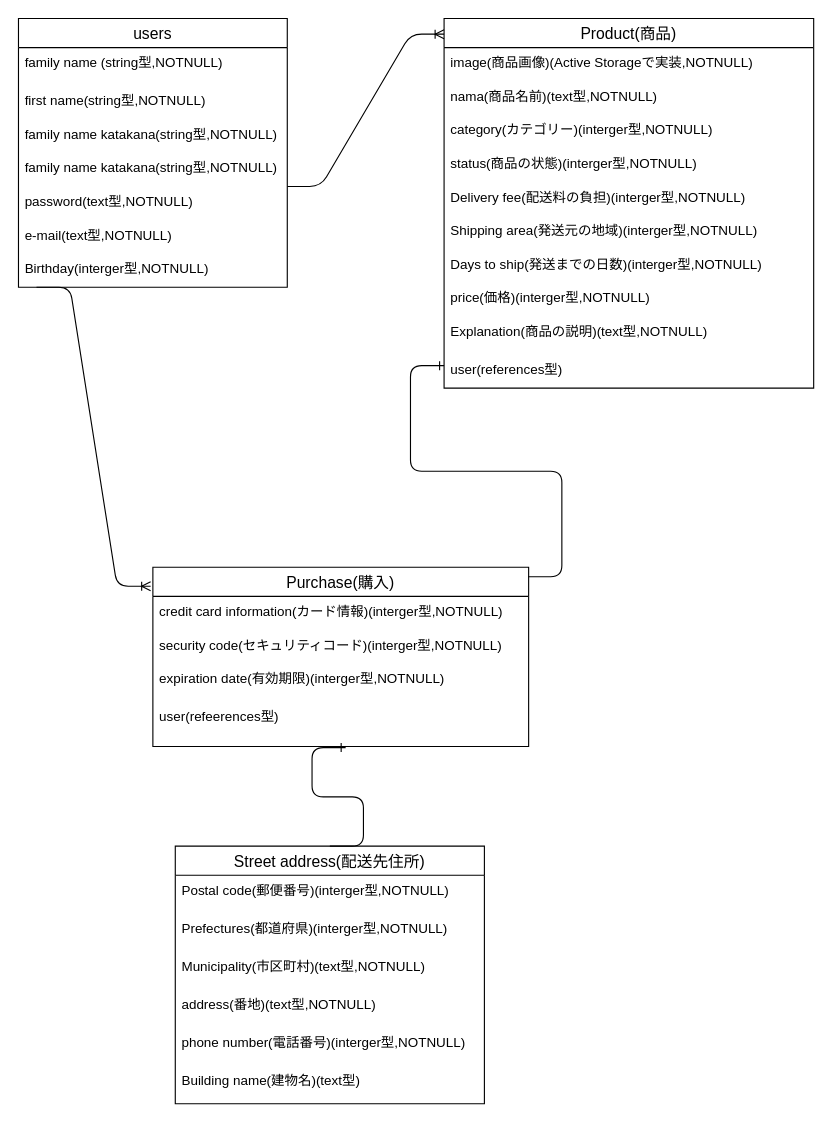
rikudomoto/furima-31703 keeps this draw.io diagram as frima.dio. Above is the earlier version. Source tidied: cells renumbered, new cells numbered last; positions are measured from the earlier drawing's top-left corner, leaving out a move shared by most shapes. Both pictures are drawn from the tidied source at 112%, with x=0, y=0 at pixel (18, 18).
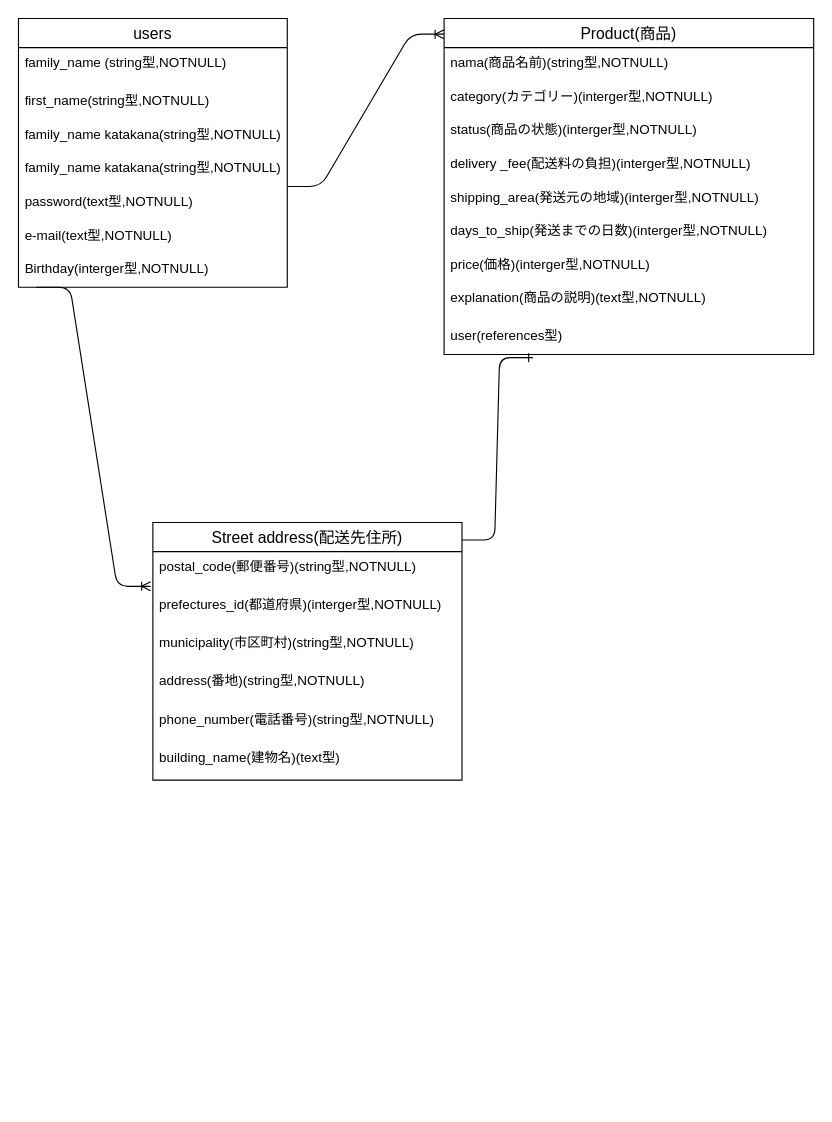
The same diagram, later.

Commit message (it also covers changes not shown here):
ER図,README記述修正

Unchanged cells that the change refers to:
```xml
<mxCell id="2" value="users" style="swimlane;fontStyle=0;horizontal=1;startSize=26;align=center;fontSize=14;" parent="1" vertex="1">
  <mxGeometry width="240" height="240" as="geometry" />
</mxCell>
<mxCell id="10" value="&#10;&#10;&#10;" style="text;strokeColor=none;fillColor=none;spacingLeft=4;spacingRight=4;overflow=hidden;points=[[0,0.5],[1,0.5]];portConstraint=eastwest;fontSize=12;" parent="2" vertex="1">
  <mxGeometry y="240" width="240" as="geometry" />
</mxCell>
```

What changed in the source:
```diff
@@
-    <mxCell id="3" value="family name (string型,NOTNULL)" style="text;strokeColor=none;fillColor=none;spacingLeft=4;spacingRight=4;overflow=hidden;fontSize=12;" parent="2" vertex="1">
+    <mxCell id="3" value="family_name (string型,NOTNULL)" style="text;strokeColor=none;fillColor=none;spacingLeft=4;spacingRight=4;overflow=hidden;fontSize=12;" parent="2" vertex="1">
       <mxGeometry y="26" width="240" height="34" as="geometry" />
     </mxCell>
-    <mxCell id="4" value="first name(string型,NOTNULL)" style="text;strokeColor=none;fillColor=none;spacingLeft=4;spacingRight=4;overflow=hidden;fontSize=12;" parent="2" vertex="1">
+    <mxCell id="4" value="first_name(string型,NOTNULL)" style="text;strokeColor=none;fillColor=none;spacingLeft=4;spacingRight=4;overflow=hidden;fontSize=12;" parent="2" vertex="1">
       <mxGeometry y="60" width="240" height="30" as="geometry" />
     </mxCell>
-    <mxCell id="5" value="family name katakana(string型,NOTNULL)" style="text;strokeColor=none;fillColor=none;spacingLeft=4;spacingRight=4;overflow=hidden;fontSize=12;" parent="2" vertex="1">
+    <mxCell id="5" value="family_name katakana(string型,NOTNULL)" style="text;strokeColor=none;fillColor=none;spacingLeft=4;spacingRight=4;overflow=hidden;fontSize=12;" parent="2" vertex="1">
       <mxGeometry y="90" width="240" height="30" as="geometry" />
     </mxCell>
-    <mxCell id="6" value="family name katakana(string型,NOTNULL)" style="text;strokeColor=none;fillColor=none;spacingLeft=4;spacingRight=4;overflow=hidden;fontSize=12;" parent="2" vertex="1">
+    <mxCell id="6" value="family_name katakana(string型,NOTNULL)" style="text;strokeColor=none;fillColor=none;spacingLeft=4;spacingRight=4;overflow=hidden;fontSize=12;" parent="2" vertex="1">
       <mxGeometry y="120" width="240" height="30" as="geometry" />
     </mxCell>
@@
     <mxCell id="11" value="Product(商品)" style="swimlane;fontStyle=0;horizontal=1;startSize=26;align=center;fontSize=14;" parent="1" vertex="1">
-      <mxGeometry x="380" width="330" height="330" as="geometry" />
+      <mxGeometry x="380" width="330" height="300" as="geometry" />
     </mxCell>
-    <mxCell id="12" value="image(商品画像)(Active Storageで実装,NOTNULL)" style="text;strokeColor=none;fillColor=none;spacingLeft=4;spacingRight=4;overflow=hidden;fontSize=12;" parent="11" vertex="1">
-      <mxGeometry y="26" width="330" height="30" as="geometry" />
-    </mxCell>
-    <mxCell id="13" value="nama(商品名前)(text型,NOTNULL)" style="text;strokeColor=none;fillColor=none;spacingLeft=4;spacingRight=4;overflow=hidden;fontSize=12;" parent="11" vertex="1">
-      <mxGeometry y="56" width="330" height="30" as="geometry" />
+    <mxCell id="13" value="nama(商品名前)(string型,NOTNULL)" style="text;strokeColor=none;fillColor=none;spacingLeft=4;spacingRight=4;overflow=hidden;fontSize=12;" parent="11" vertex="1">
+      <mxGeometry y="26" width="330" height="30" as="geometry" />
     </mxCell>
     <mxCell id="14" value="category(カテゴリー)(interger型,NOTNULL)" style="text;strokeColor=none;fillColor=none;spacingLeft=4;spacingRight=4;overflow=hidden;fontSize=12;" parent="11" vertex="1">
-      <mxGeometry y="86" width="330" height="30" as="geometry" />
+      <mxGeometry y="56" width="330" height="30" as="geometry" />
     </mxCell>
     <mxCell id="15" value="status(商品の状態)(interger型,NOTNULL)" style="text;strokeColor=none;fillColor=none;spacingLeft=4;spacingRight=4;overflow=hidden;fontSize=12;" parent="11" vertex="1">
-      <mxGeometry y="116" width="330" height="30" as="geometry" />
+      <mxGeometry y="86" width="330" height="30" as="geometry" />
     </mxCell>
-    <mxCell id="16" value="Delivery fee(配送料の負担)(interger型,NOTNULL)" style="text;strokeColor=none;fillColor=none;spacingLeft=4;spacingRight=4;overflow=hidden;fontSize=12;" parent="11" vertex="1">
-      <mxGeometry y="146" width="330" height="30" as="geometry" />
+    <mxCell id="16" value="delivery _fee(配送料の負担)(interger型,NOTNULL)" style="text;strokeColor=none;fillColor=none;spacingLeft=4;spacingRight=4;overflow=hidden;fontSize=12;" parent="11" vertex="1">
+      <mxGeometry y="116" width="330" height="30" as="geometry" />
     </mxCell>
-    <mxCell id="17" value="Shipping area(発送元の地域)(interger型,NOTNULL)" style="text;strokeColor=none;fillColor=none;spacingLeft=4;spacingRight=4;overflow=hidden;fontSize=12;" parent="11" vertex="1">
-      <mxGeometry y="176" width="330" height="30" as="geometry" />
+    <mxCell id="17" value="shipping_area(発送元の地域)(interger型,NOTNULL)" style="text;strokeColor=none;fillColor=none;spacingLeft=4;spacingRight=4;overflow=hidden;fontSize=12;" parent="11" vertex="1">
+      <mxGeometry y="146" width="330" height="30" as="geometry" />
     </mxCell>
-    <mxCell id="18" value="Days to ship(発送までの日数)(interger型,NOTNULL)" style="text;strokeColor=none;fillColor=none;spacingLeft=4;spacingRight=4;overflow=hidden;fontSize=12;" parent="11" vertex="1">
-      <mxGeometry y="206" width="330" height="30" as="geometry" />
+    <mxCell id="18" value="days_to_ship(発送までの日数)(interger型,NOTNULL)" style="text;strokeColor=none;fillColor=none;spacingLeft=4;spacingRight=4;overflow=hidden;fontSize=12;" parent="11" vertex="1">
+      <mxGeometry y="176" width="330" height="30" as="geometry" />
     </mxCell>
     <mxCell id="19" value="price(価格)(interger型,NOTNULL)" style="text;strokeColor=none;fillColor=none;spacingLeft=4;spacingRight=4;overflow=hidden;fontSize=12;" parent="11" vertex="1">
-      <mxGeometry y="236" width="330" height="30" as="geometry" />
+      <mxGeometry y="206" width="330" height="30" as="geometry" />
     </mxCell>
-    <mxCell id="20" value="Explanation(商品の説明)(text型,NOTNULL)" style="text;strokeColor=none;fillColor=none;spacingLeft=4;spacingRight=4;overflow=hidden;fontSize=12;" parent="11" vertex="1">
-      <mxGeometry y="266" width="330" height="34" as="geometry" />
+    <mxCell id="20" value="explanation(商品の説明)(text型,NOTNULL)" style="text;strokeColor=none;fillColor=none;spacingLeft=4;spacingRight=4;overflow=hidden;fontSize=12;" parent="11" vertex="1">
+      <mxGeometry y="236" width="330" height="34" as="geometry" />
     </mxCell>
     <mxCell id="21" value="user(references型)" style="text;strokeColor=none;fillColor=none;spacingLeft=4;spacingRight=4;overflow=hidden;points=[[0,0.5],[1,0.5]];portConstraint=eastwest;fontSize=12;" parent="11" vertex="1">
-      <mxGeometry y="300" width="330" height="30" as="geometry" />
+      <mxGeometry y="270" width="330" height="30" as="geometry" />
     </mxCell>
@@
+    <mxCell id="35" style="edgeStyle=entityRelationEdgeStyle;fontSize=12;html=1;endArrow=ERoneToMany;entryX=-0.006;entryY=0.106;entryDx=0;entryDy=0;entryPerimeter=0;exitX=0.067;exitY=0;exitDx=0;exitDy=0;exitPerimeter=0;" parent="1" edge="1" source="10">
+      <mxGeometry relative="1" as="geometry">
+        <mxPoint x="118" y="507" as="targetPoint" />
+      </mxGeometry>
+    </mxCell>
+    <mxCell id="37" style="edgeStyle=entityRelationEdgeStyle;fontSize=12;html=1;endArrow=ERone;endFill=1;exitX=0.997;exitY=0.068;exitDx=0;exitDy=0;exitPerimeter=0;entryX=0.241;entryY=1.095;entryDx=0;entryDy=0;entryPerimeter=0;" parent="1" edge="1" source="23" target="21">
+      <mxGeometry relative="1" as="geometry" />
+    </mxCell>
     <mxCell id="23" value="Street address(配送先住所)" style="swimlane;fontStyle=0;horizontal=1;startSize=26;align=center;fontSize=14;" parent="1" vertex="1">
-      <mxGeometry x="140" y="739" width="276" height="230" as="geometry" />
+      <mxGeometry x="120" y="450" width="276" height="230" as="geometry" />
     </mxCell>
-    <mxCell id="24" value="Postal code(郵便番号)(interger型,NOTNULL)" style="text;strokeColor=none;fillColor=none;spacingLeft=4;spacingRight=4;overflow=hidden;fontSize=12;" parent="23" vertex="1">
+    <mxCell id="24" value="postal_code(郵便番号)(string型,NOTNULL)" style="text;strokeColor=none;fillColor=none;spacingLeft=4;spacingRight=4;overflow=hidden;fontSize=12;" parent="23" vertex="1">
       <mxGeometry y="26" width="276" height="34" as="geometry" />
     </mxCell>
-    <mxCell id="25" value="Prefectures(都道府県)(interger型,NOTNULL)" style="text;strokeColor=none;fillColor=none;spacingLeft=4;spacingRight=4;overflow=hidden;fontSize=12;" parent="23" vertex="1">
+    <mxCell id="25" value="prefectures_id(都道府県)(interger型,NOTNULL)" style="text;strokeColor=none;fillColor=none;spacingLeft=4;spacingRight=4;overflow=hidden;fontSize=12;" parent="23" vertex="1">
       <mxGeometry y="60" width="276" height="34" as="geometry" />
     </mxCell>
-    <mxCell id="26" value="Municipality(市区町村)(text型,NOTNULL)" style="text;strokeColor=none;fillColor=none;spacingLeft=4;spacingRight=4;overflow=hidden;fontSize=12;" parent="23" vertex="1">
+    <mxCell id="26" value="municipality(市区町村)(string型,NOTNULL)" style="text;strokeColor=none;fillColor=none;spacingLeft=4;spacingRight=4;overflow=hidden;fontSize=12;" parent="23" vertex="1">
       <mxGeometry y="94" width="276" height="34" as="geometry" />
     </mxCell>
-    <mxCell id="27" value="address(番地)(text型,NOTNULL)" style="text;strokeColor=none;fillColor=none;spacingLeft=4;spacingRight=4;overflow=hidden;fontSize=12;" parent="23" vertex="1">
+    <mxCell id="27" value="address(番地)(string型,NOTNULL)" style="text;strokeColor=none;fillColor=none;spacingLeft=4;spacingRight=4;overflow=hidden;fontSize=12;" parent="23" vertex="1">
       <mxGeometry y="128" width="276" height="34" as="geometry" />
     </mxCell>
-    <mxCell id="28" value="phone number(電話番号)(interger型,NOTNULL)" style="text;strokeColor=none;fillColor=none;spacingLeft=4;spacingRight=4;overflow=hidden;fontSize=12;" parent="23" vertex="1">
+    <mxCell id="28" value="phone_number(電話番号)(string型,NOTNULL)" style="text;strokeColor=none;fillColor=none;spacingLeft=4;spacingRight=4;overflow=hidden;fontSize=12;" parent="23" vertex="1">
       <mxGeometry y="162" width="276" height="34" as="geometry" />
     </mxCell>
-    <mxCell id="29" value="Building name(建物名)(text型)" style="text;strokeColor=none;fillColor=none;spacingLeft=4;spacingRight=4;overflow=hidden;fontSize=12;" parent="23" vertex="1">
+    <mxCell id="29" value="building_name(建物名)(text型)" style="text;strokeColor=none;fillColor=none;spacingLeft=4;spacingRight=4;overflow=hidden;fontSize=12;" parent="23" vertex="1">
       <mxGeometry y="196" width="276" height="34" as="geometry" />
     </mxCell>
-    <mxCell id="30" value="Purchase(購入)" style="swimlane;fontStyle=0;horizontal=1;startSize=26;align=center;fontSize=14;" parent="1" vertex="1">
-      <mxGeometry x="120" y="490" width="335.5" height="160" as="geometry" />
-    </mxCell>
-    <mxCell id="31" value="credit card information(カード情報)(interger型,NOTNULL)" style="text;strokeColor=none;fillColor=none;spacingLeft=4;spacingRight=4;overflow=hidden;fontSize=12;" parent="30" vertex="1">
-      <mxGeometry y="26" width="335.5" height="30" as="geometry" />
-    </mxCell>
-    <mxCell id="32" value="security code(セキュリティコード)(interger型,NOTNULL)" style="text;strokeColor=none;fillColor=none;spacingLeft=4;spacingRight=4;overflow=hidden;fontSize=12;" parent="30" vertex="1">
-      <mxGeometry y="56" width="335.5" height="30" as="geometry" />
-    </mxCell>
-    <mxCell id="33" value="expiration date(有効期限)(interger型,NOTNULL)" style="text;strokeColor=none;fillColor=none;spacingLeft=4;spacingRight=4;overflow=hidden;fontSize=12;" parent="30" vertex="1">
-      <mxGeometry y="86" width="335.5" height="34" as="geometry" />
-    </mxCell>
-    <mxCell id="34" value="user(refeerences型)" style="text;strokeColor=none;fillColor=none;spacingLeft=4;spacingRight=4;overflow=hidden;points=[[0,0.5],[1,0.5]];portConstraint=eastwest;fontSize=12;" parent="30" vertex="1">
-      <mxGeometry y="120" width="335.5" height="40" as="geometry" />
-    </mxCell>
-    <mxCell id="35" style="edgeStyle=entityRelationEdgeStyle;fontSize=12;html=1;endArrow=ERoneToMany;entryX=-0.006;entryY=0.106;entryDx=0;entryDy=0;entryPerimeter=0;exitX=0.067;exitY=0;exitDx=0;exitDy=0;exitPerimeter=0;" parent="1" edge="1" source="10" target="30">
-      <mxGeometry relative="1" as="geometry" />
-    </mxCell>
-    <mxCell id="36" style="edgeStyle=entityRelationEdgeStyle;fontSize=12;html=1;endArrow=ERone;endFill=1;exitX=0.5;exitY=0;exitDx=0;exitDy=0;entryX=0.513;entryY=1.025;entryDx=0;entryDy=0;entryPerimeter=0;" parent="1" edge="1" source="23" target="34">
-      <mxGeometry relative="1" as="geometry" />
-    </mxCell>
-    <mxCell id="37" style="edgeStyle=entityRelationEdgeStyle;fontSize=12;html=1;endArrow=ERone;endFill=1;exitX=0.999;exitY=0.053;exitDx=0;exitDy=0;exitPerimeter=0;" parent="1" edge="1" source="30">
-      <mxGeometry relative="1" as="geometry">
-        <mxPoint x="380" y="310" as="targetPoint" />
-      </mxGeometry>
-    </mxCell>
```
